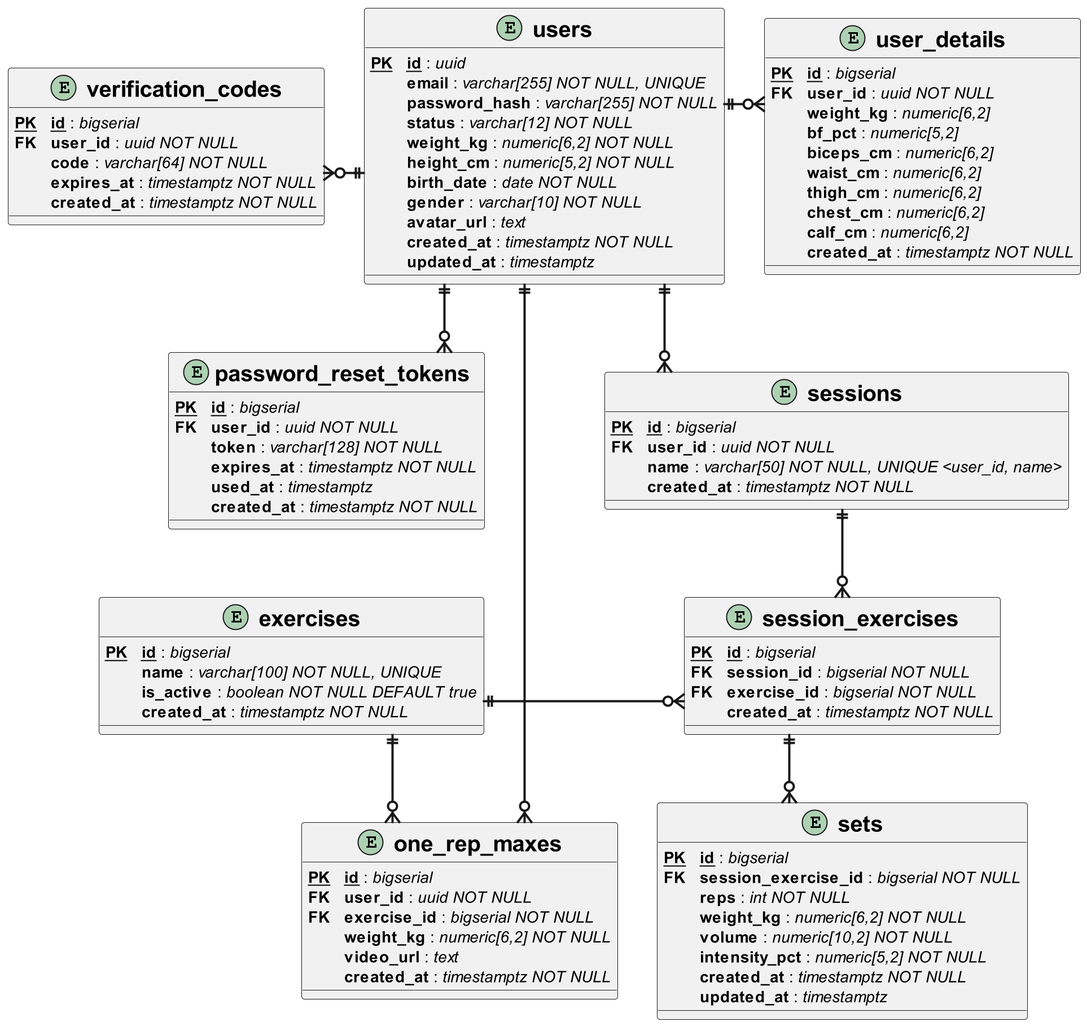
Earlier version of the PlantUML export doc/out/erd_database.png (dnl03/dz-gym-tracker-app). Its diagram source:
```plantuml
@startuml erd_database
skinparam linetype ortho
scale 2
skinparam classFontStyle bold
skinparam classFontSize 20
skinparam ArrowThickness 2

entity "verification_codes" as verification_codes {
    <b><u>PK\tid</u></b> : <i>bigserial</i>
    <b>FK\tuser_id</b> : <i>uuid NOT NULL</i>
    \t<b>code</b> : <i>varchar[64] NOT NULL</i>
    \t<b>expires_at</b> : <i>timestamptz NOT NULL</i>
    \t<b>created_at</b> : <i>timestamptz NOT NULL</i>
}

entity "password_reset_tokens" as password_reset_tokens {
    <b><u>PK\tid</u></b> : <i>bigserial</i>
    <b>FK\tuser_id</b> : <i>uuid NOT NULL</i>
    \t<b>token</b> : <i>varchar[128] NOT NULL</i>
    \t<b>expires_at</b> : <i>timestamptz NOT NULL</i>
    \t<b>used_at</b> : <i>timestamptz</i>
    \t<b>created_at</b> : <i>timestamptz NOT NULL</i>
}

entity "exercises" as exercises {
    <b><u>PK\tid</u></b> : <i>bigserial</i>
    \t<b>name</b> : <i>varchar[100] NOT NULL, UNIQUE</i>
    \t<b>is_active</b> : <i>boolean NOT NULL DEFAULT true</i>
    \t<b>created_at</b> : <i>timestamptz NOT NULL</i>
}

entity "user_details" as user_details {
    <b><u>PK\tid</u></b> : <i>bigserial</i>
    <b>FK\tuser_id</b> : <i>uuid NOT NULL</i>
    \t<b>weight_kg</b> : <i>numeric[6,2]</i>
    \t<b>bf_pct</b> : <i>numeric[5,2]</i>
    \t<b>biceps_cm</b> : <i>numeric[6,2]</i>
    \t<b>waist_cm</b> : <i>numeric[6,2]</i>
    \t<b>thigh_cm</b> : <i>numeric[6,2]</i>
    \t<b>chest_cm</b> : <i>numeric[6,2]</i>
    \t<b>calf_cm</b> : <i>numeric[6,2]</i>
    \t<b>created_at</b> : <i>timestamptz NOT NULL</i>
}

entity "users" as users {
    <b><u>PK\tid</u></b> : <i>uuid</i>
    \t<b>email</b> : <i>varchar[255] NOT NULL, UNIQUE</i>
    \t<b>password_hash</b> : <i>varchar[255] NOT NULL</i>
    \t<b>status</b> : <i>varchar[12] NOT NULL</i>
    \t<b>weight_kg</b> : <i>numeric[6,2] NOT NULL</i>
    \t<b>height_cm</b> : <i>numeric[5,2] NOT NULL</i>
    \t<b>birth_date</b> : <i>date NOT NULL</i>
    \t<b>gender</b> : <i>varchar[10] NOT NULL</i>
    \t<b>avatar_url</b> : <i>text</i>
    \t<b>created_at</b> : <i>timestamptz NOT NULL</i>
    \t<b>updated_at</b> : <i>timestamptz</i>
}

entity "sessions" as sessions {
    <b><u>PK\tid</u></b> : <i>bigserial</i>
    <b>FK\tuser_id</b> : <i>uuid NOT NULL</i>
    \t<b>name</b> : <i>varchar[50] NOT NULL, UNIQUE <user_id, name></i>
    \t<b>created_at</b> : <i>timestamptz NOT NULL</i>
}

entity "session_exercises" as session_exercises {
    <b><u>PK\tid</u></b> : <i>bigserial</i>
    <b>FK\tsession_id</b> : <i>bigserial NOT NULL</i>
    <b>FK\texercise_id</b> : <i>bigserial NOT NULL</i>
    \t<b>created_at</b> : <i>timestamptz NOT NULL</i>
}

entity "sets" as sets {
    <b><u>PK\tid</u></b> : <i>bigserial</i>
    <b>FK\tsession_exercise_id</b> : <i>bigserial NOT NULL</i>
    \t<b>reps</b> : <i>int NOT NULL</i>
    \t<b>weight_kg</b> : <i>numeric[6,2] NOT NULL</i>
    \t<b>volume</b> : <i>numeric[10,2] NOT NULL</i>
    \t<b>intensity_pct</b> : <i>numeric[5,2] NOT NULL</i>
    \t<b>created_at</b> : <i>timestamptz NOT NULL</i>
    \t<b>updated_at</b> : <i>timestamptz</i>
}

entity "one_rep_maxes" as one_rep_maxes {
    <b><u>PK\tid</u></b> : <i>bigserial</i>
    <b>FK\tuser_id</b> : <i>uuid NOT NULL</i>
    <b>FK\texercise_id</b> : <i>bigserial NOT NULL</i>
    \t<b>weight_kg</b> : <i>numeric[6,2] NOT NULL</i>
    \t<b>video_url</b> : <i>text</i>
    \t<b>created_at</b> : <i>timestamptz NOT NULL</i>
}

users ||--o{ verification_codes
users ||--o{ password_reset_tokens
users ||--o{ user_details
users ||--o{ sessions
sessions ||--o{ session_exercises
session_exercises ||--o{ sets
exercises ||--o{ session_exercises
users ||--o{ one_rep_maxes
exercises ||--o{ one_rep_maxes

verification_codes -[hidden]down- password_reset_tokens
password_reset_tokens -[hidden]down- exercises

users -[hidden]down- session_exercises
session_exercises -[hidden]down- sets

sessions -[hidden]down- one_rep_maxes

verification_codes -[hidden]right- users
password_reset_tokens -[hidden]right- users
exercises -[hidden]right- session_exercises
exercises -[hidden]left- verification_codes
user_details -[hidden]right- users


@enduml
```
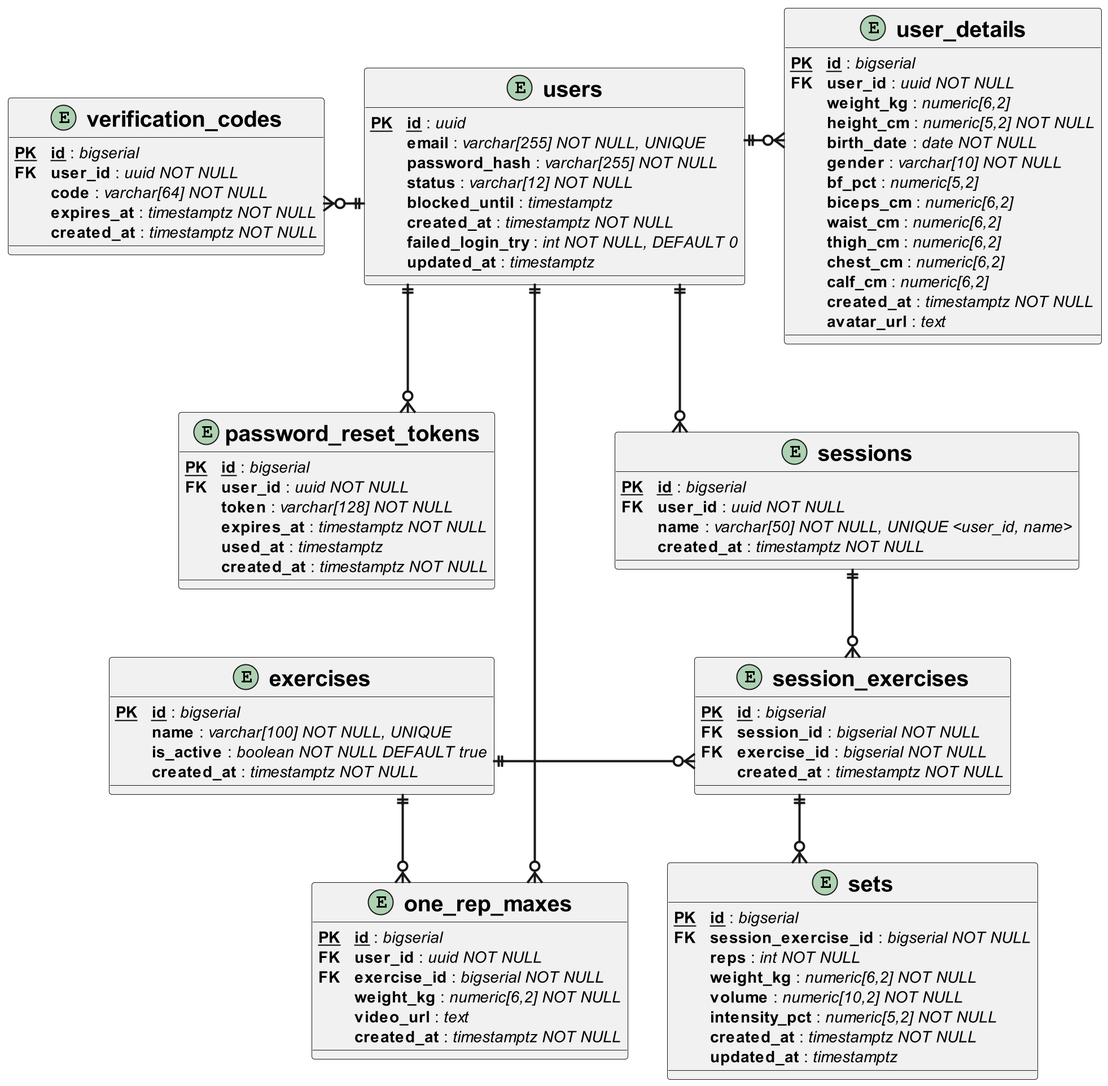
After the change.

Commit message:
update database diagram

What changed in the source:
```diff
@@ -33,6 +33,9 @@
     <b><u>PK\tid</u></b> : <i>bigserial</i>
     <b>FK\tuser_id</b> : <i>uuid NOT NULL</i>
     \t<b>weight_kg</b> : <i>numeric[6,2]</i>
+    \t<b>height_cm</b> : <i>numeric[5,2] NOT NULL</i>
+    \t<b>birth_date</b> : <i>date NOT NULL</i>
+    \t<b>gender</b> : <i>varchar[10] NOT NULL</i>
     \t<b>bf_pct</b> : <i>numeric[5,2]</i>
     \t<b>biceps_cm</b> : <i>numeric[6,2]</i>
     \t<b>waist_cm</b> : <i>numeric[6,2]</i>
@@ -40,6 +43,7 @@
     \t<b>chest_cm</b> : <i>numeric[6,2]</i>
     \t<b>calf_cm</b> : <i>numeric[6,2]</i>
     \t<b>created_at</b> : <i>timestamptz NOT NULL</i>
+    \t<b>avatar_url</b> : <i>text</i>
 }
 
 entity "users" as users {
@@ -47,12 +51,9 @@
     \t<b>email</b> : <i>varchar[255] NOT NULL, UNIQUE</i>
     \t<b>password_hash</b> : <i>varchar[255] NOT NULL</i>
     \t<b>status</b> : <i>varchar[12] NOT NULL</i>
-    \t<b>weight_kg</b> : <i>numeric[6,2] NOT NULL</i>
-    \t<b>height_cm</b> : <i>numeric[5,2] NOT NULL</i>
-    \t<b>birth_date</b> : <i>date NOT NULL</i>
-    \t<b>gender</b> : <i>varchar[10] NOT NULL</i>
-    \t<b>avatar_url</b> : <i>text</i>
+    \t<b>blocked_until</b> : <i>timestamptz</i>
     \t<b>created_at</b> : <i>timestamptz NOT NULL</i>
+    \t<b>failed_login_try</b> : <i>int NOT NULL, DEFAULT 0</i>
     \t<b>updated_at</b> : <i>timestamptz</i>
 }
 
```
